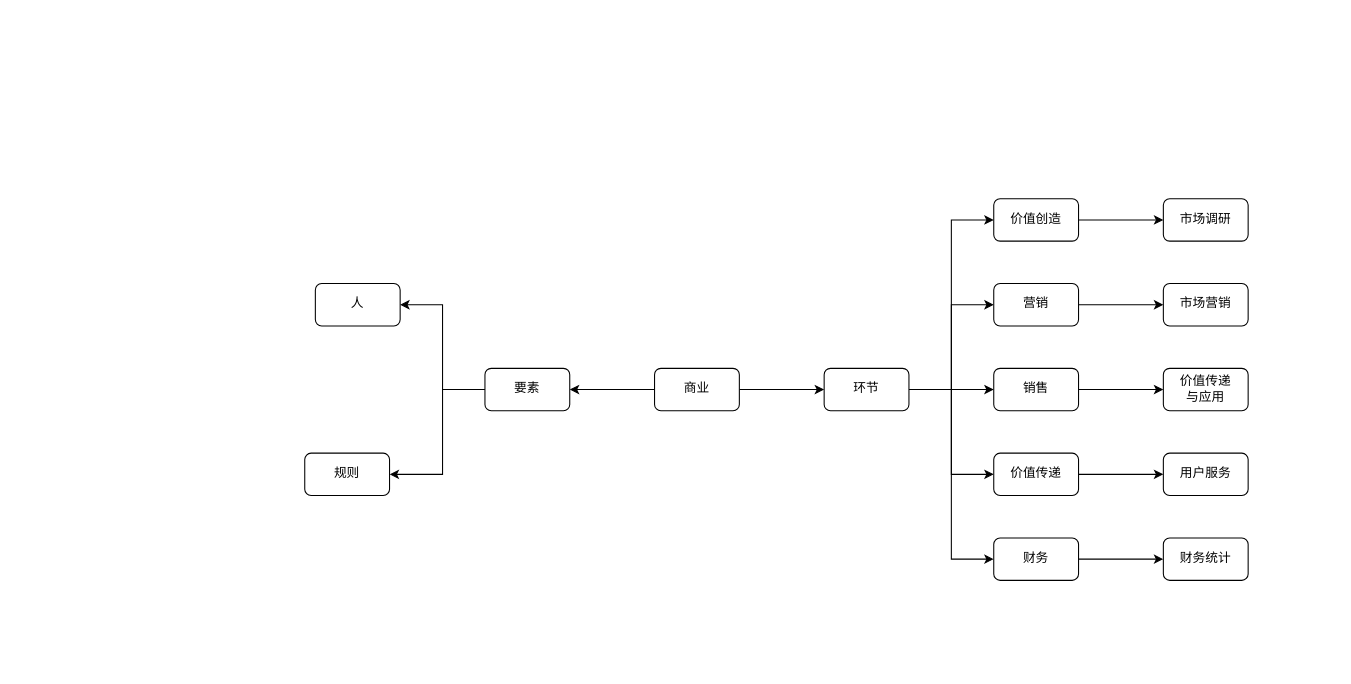
Above: business.drawio in youyusan/AI_prompt (draw.io), before the change. Source tidied: cells renumbered, new cells numbered last; positions are measured from the earlier drawing's top-left corner, leaving out a move shared by most shapes. Both pictures are drawn from the tidied source at 106%, with x=0, y=0 at pixel (304, 198).
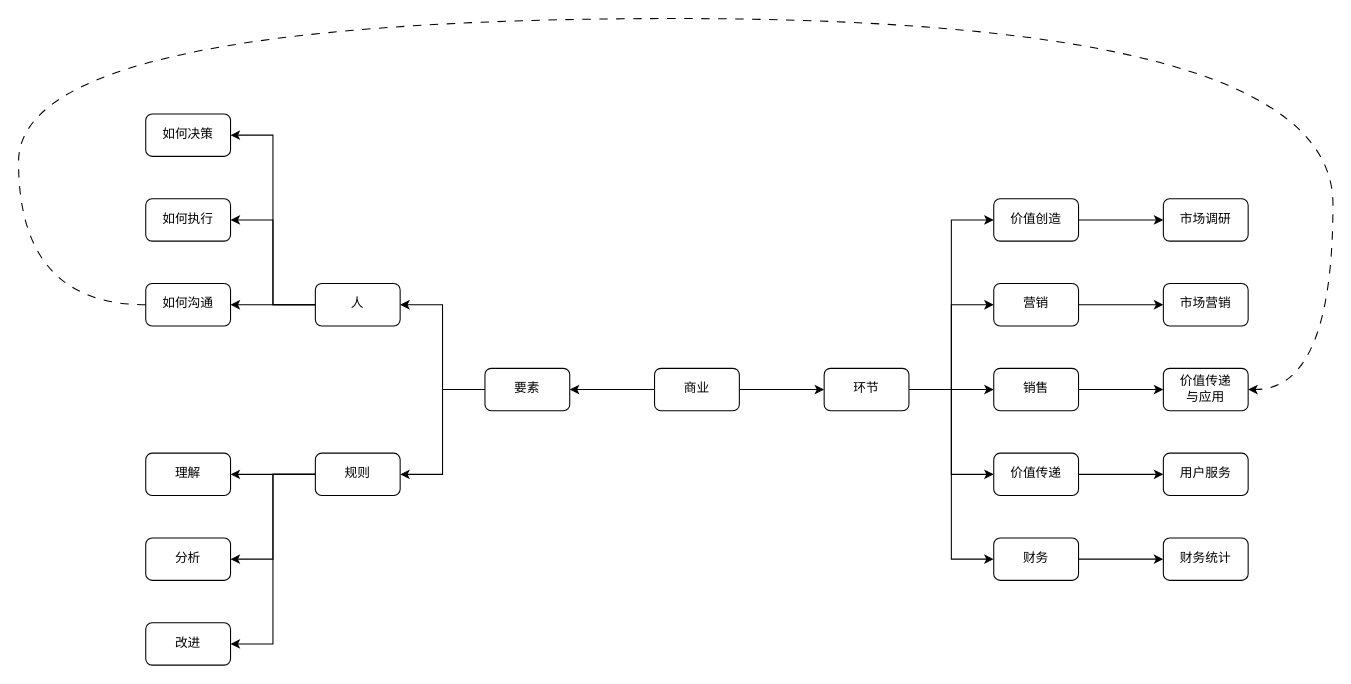
The same diagram, later.

The change refers to these unchanged cells:
```xml
<mxCell id="23" value="价值传递&lt;br&gt;与应用" style="rounded=1;whiteSpace=wrap;html=1;hachureGap=4;fontFamily=Architects Daughter;" parent="1" vertex="1">
  <mxGeometry x="810" y="160" width="80" height="40" as="geometry" />
</mxCell>
<mxCell id="29" value="人" style="rounded=1;whiteSpace=wrap;html=1;hachureGap=4;fontFamily=Architects Daughter;" parent="1" vertex="1">
  <mxGeometry x="10" y="80" width="80" height="40" as="geometry" />
</mxCell>
```

Diff of the diagram source:
```diff
@@
+    <mxCell id="31" style="edgeStyle=orthogonalEdgeStyle;shape=connector;rounded=0;hachureGap=4;jettySize=auto;html=1;strokeColor=default;align=center;verticalAlign=middle;fontFamily=Architects Daughter;fontSize=11;fontColor=default;labelBackgroundColor=default;endArrow=classic;" parent="1" edge="1" source="29" target="40">
+      <mxGeometry relative="1" as="geometry">
+        <Array as="points">
+          <mxPoint x="-30" y="100" />
+          <mxPoint x="-30" y="20" />
+        </Array>
+      </mxGeometry>
+    </mxCell>
+    <mxCell id="32" style="edgeStyle=orthogonalEdgeStyle;shape=connector;rounded=0;hachureGap=4;jettySize=auto;html=1;entryX=1;entryY=0.5;entryDx=0;entryDy=0;strokeColor=default;align=center;verticalAlign=middle;fontFamily=Architects Daughter;fontSize=11;fontColor=default;labelBackgroundColor=default;endArrow=classic;" parent="1" edge="1" source="29" target="37">
+      <mxGeometry relative="1" as="geometry" />
+    </mxCell>
+    <mxCell id="33" style="edgeStyle=orthogonalEdgeStyle;shape=connector;rounded=0;hachureGap=4;jettySize=auto;html=1;entryX=1;entryY=0.5;entryDx=0;entryDy=0;strokeColor=default;align=center;verticalAlign=middle;fontFamily=Architects Daughter;fontSize=11;fontColor=default;labelBackgroundColor=default;endArrow=classic;" parent="1" edge="1" source="29" target="39">
+      <mxGeometry relative="1" as="geometry" />
+    </mxCell>
@@
+    <mxCell id="34" style="edgeStyle=orthogonalEdgeStyle;shape=connector;rounded=0;hachureGap=4;jettySize=auto;html=1;entryX=1;entryY=0.5;entryDx=0;entryDy=0;strokeColor=default;align=center;verticalAlign=middle;fontFamily=Architects Daughter;fontSize=11;fontColor=default;labelBackgroundColor=default;endArrow=classic;" parent="1" edge="1" source="30" target="41">
+      <mxGeometry relative="1" as="geometry" />
+    </mxCell>
+    <mxCell id="35" style="edgeStyle=orthogonalEdgeStyle;shape=connector;rounded=0;hachureGap=4;jettySize=auto;html=1;entryX=1;entryY=0.5;entryDx=0;entryDy=0;strokeColor=default;align=center;verticalAlign=middle;fontFamily=Architects Daughter;fontSize=11;fontColor=default;labelBackgroundColor=default;endArrow=classic;" parent="1" edge="1" source="30" target="43">
+      <mxGeometry relative="1" as="geometry" />
+    </mxCell>
+    <mxCell id="36" style="edgeStyle=orthogonalEdgeStyle;shape=connector;rounded=0;hachureGap=4;jettySize=auto;html=1;entryX=1;entryY=0.5;entryDx=0;entryDy=0;strokeColor=default;align=center;verticalAlign=middle;fontFamily=Architects Daughter;fontSize=11;fontColor=default;labelBackgroundColor=default;endArrow=classic;" parent="1" edge="1" source="30" target="42">
+      <mxGeometry relative="1" as="geometry" />
+    </mxCell>
     <mxCell id="30" value="规则" style="rounded=1;whiteSpace=wrap;html=1;hachureGap=4;fontFamily=Architects Daughter;" parent="1" vertex="1">
-      <mxGeometry y="240" width="80" height="40" as="geometry" />
+      <mxGeometry x="10" y="240" width="80" height="40" as="geometry" />
     </mxCell>
+    <mxCell id="37" value="如何决策" style="rounded=1;whiteSpace=wrap;html=1;hachureGap=4;fontFamily=Architects Daughter;" parent="1" vertex="1">
+      <mxGeometry x="-150" y="-80" width="80" height="40" as="geometry" />
+    </mxCell>
+    <mxCell id="38" style="edgeStyle=orthogonalEdgeStyle;shape=connector;curved=1;rounded=0;hachureGap=4;jettySize=auto;html=1;dashed=1;dashPattern=8 8;strokeColor=default;align=center;verticalAlign=middle;fontFamily=Architects Daughter;fontSize=11;fontColor=default;labelBackgroundColor=default;endArrow=classic;" parent="1" edge="1" source="39" target="23">
+      <mxGeometry relative="1" as="geometry">
+        <Array as="points">
+          <mxPoint x="-270" y="100" />
+          <mxPoint x="-270" y="-170" />
+          <mxPoint x="970" y="-170" />
+          <mxPoint x="970" y="180" />
+        </Array>
+      </mxGeometry>
+    </mxCell>
+    <mxCell id="39" value="如何沟通" style="rounded=1;whiteSpace=wrap;html=1;hachureGap=4;fontFamily=Architects Daughter;" parent="1" vertex="1">
+      <mxGeometry x="-150" y="80" width="80" height="40" as="geometry" />
+    </mxCell>
+    <mxCell id="40" value="如何执行" style="rounded=1;whiteSpace=wrap;html=1;hachureGap=4;fontFamily=Architects Daughter;" parent="1" vertex="1">
+      <mxGeometry x="-150" width="80" height="40" as="geometry" />
+    </mxCell>
+    <mxCell id="41" value="理解" style="rounded=1;whiteSpace=wrap;html=1;hachureGap=4;fontFamily=Architects Daughter;" parent="1" vertex="1">
+      <mxGeometry x="-150" y="240" width="80" height="40" as="geometry" />
+    </mxCell>
+    <mxCell id="42" value="改进" style="rounded=1;whiteSpace=wrap;html=1;hachureGap=4;fontFamily=Architects Daughter;" parent="1" vertex="1">
+      <mxGeometry x="-150" y="400" width="80" height="40" as="geometry" />
+    </mxCell>
+    <mxCell id="43" value="分析" style="rounded=1;whiteSpace=wrap;html=1;hachureGap=4;fontFamily=Architects Daughter;" parent="1" vertex="1">
+      <mxGeometry x="-150" y="320" width="80" height="40" as="geometry" />
+    </mxCell>
```
